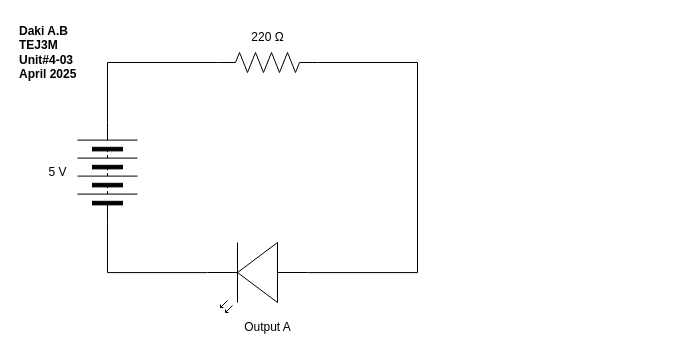
The draw.io diagram Unit-4-03.drawio in daki-atahwalp-antango-boad/TEJ3M-Unit-4, before the edit. Source tidied: cells renumbered, new cells numbered last; positions are measured from the earlier drawing's top-left corner, leaving out a move shared by most shapes. Both pictures are drawn from the tidied source at 100%, with x=0, y=0 at pixel (17, 17).
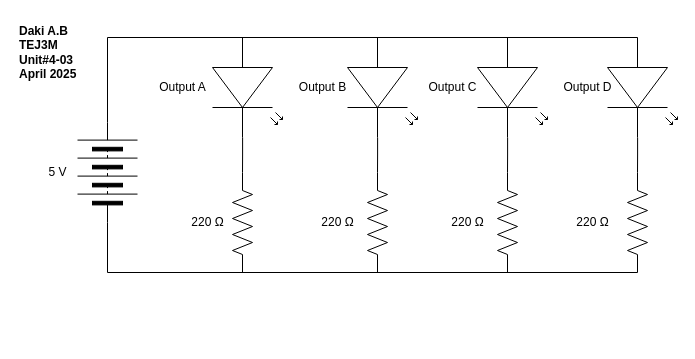
The same diagram, later.

Commit message (it also covers changes not shown here):
several LEDs png

The change refers to these unchanged cells:
```xml
<mxCell id="3" style="verticalLabelPosition=bottom;shadow=0;dashed=0;align=center;html=1;verticalAlign=top;shape=mxgraph.electrical.miscellaneous.batteryStack;rotation=-90;" parent="1" vertex="1">
  <mxGeometry x="40" y="125" width="100" height="60" as="geometry" />
</mxCell>
```

Change to the diagram source:
```diff
@@
-    <mxCell id="2" style="verticalLabelPosition=bottom;shadow=0;dashed=0;align=center;html=1;verticalAlign=top;shape=mxgraph.electrical.resistors.resistor_2;" parent="1" vertex="1">
-      <mxGeometry x="200" y="35" width="100" height="20" as="geometry" />
-    </mxCell>
@@
-    <mxCell id="4" style="verticalLabelPosition=bottom;shadow=0;dashed=0;align=center;html=1;verticalAlign=top;shape=mxgraph.electrical.opto_electronics.led_2;rotation=-180;fontStyle=1;" parent="1" vertex="1">
-      <mxGeometry x="190" y="225" width="100" height="70" as="geometry" />
-    </mxCell>
-    <mxCell id="5" style="edgeStyle=orthogonalEdgeStyle;html=1;exitX=1;exitY=0.5;exitDx=0;exitDy=0;entryX=0;entryY=0.5;entryDx=0;entryDy=0;entryPerimeter=0;rounded=0;endArrow=none;endFill=0;" parent="1" edge="1" source="3" target="2">
-      <mxGeometry relative="1" as="geometry" />
-    </mxCell>
-    <mxCell id="6" style="edgeStyle=orthogonalEdgeStyle;html=1;exitX=0;exitY=0.5;exitDx=0;exitDy=0;entryX=1;entryY=0.57;entryDx=0;entryDy=0;entryPerimeter=0;rounded=0;endArrow=none;endFill=0;" parent="1" edge="1" source="3" target="4">
-      <mxGeometry relative="1" as="geometry" />
-    </mxCell>
-    <mxCell id="7" style="edgeStyle=orthogonalEdgeStyle;html=1;exitX=1;exitY=0.5;exitDx=0;exitDy=0;exitPerimeter=0;entryX=0;entryY=0.57;entryDx=0;entryDy=0;entryPerimeter=0;rounded=0;endArrow=none;endFill=0;" parent="1" edge="1" source="2" target="4">
-      <mxGeometry relative="1" as="geometry">
-        <Array as="points">
-          <mxPoint x="400" y="45" />
-          <mxPoint x="400" y="255" />
-        </Array>
-      </mxGeometry>
-    </mxCell>
@@
     <mxCell id="9" value="220 Ω" style="text;html=1;align=center;verticalAlign=middle;strokeColor=none;fillColor=none;" parent="1" vertex="1">
-      <mxGeometry x="220" y="5" width="60" height="30" as="geometry" />
+      <mxGeometry x="545" y="190" width="60" height="30" as="geometry" />
     </mxCell>
+    <mxCell id="11" value="&lt;b&gt;Daki A.B&lt;/b&gt;&lt;div&gt;&lt;b&gt;TEJ3M&lt;/b&gt;&lt;/div&gt;&lt;div&gt;&lt;b&gt;Unit#4-03&lt;/b&gt;&lt;/div&gt;&lt;div&gt;&lt;b&gt;April 2025&lt;/b&gt;&lt;/div&gt;" style="text;html=1;align=left;verticalAlign=middle;strokeColor=none;fillColor=none;" parent="1" vertex="1">
+      <mxGeometry width="80" height="70" as="geometry" />
+    </mxCell>
+    <mxCell id="12" style="verticalLabelPosition=bottom;shadow=0;dashed=0;align=center;html=1;verticalAlign=top;shape=mxgraph.electrical.resistors.resistor_2;rotation=90;" parent="1" vertex="1">
+      <mxGeometry x="175" y="195" width="100" height="20" as="geometry" />
+    </mxCell>
+    <mxCell id="13" style="verticalLabelPosition=bottom;shadow=0;dashed=0;align=center;html=1;verticalAlign=top;shape=mxgraph.electrical.opto_electronics.led_2;rotation=90;fontStyle=1;" parent="1" vertex="1">
+      <mxGeometry x="180" y="35" width="100" height="70" as="geometry" />
+    </mxCell>
+    <mxCell id="14" style="edgeStyle=orthogonalEdgeStyle;html=1;exitX=1;exitY=0.57;exitDx=0;exitDy=0;exitPerimeter=0;entryX=0;entryY=0.5;entryDx=0;entryDy=0;entryPerimeter=0;rounded=0;endArrow=none;endFill=0;" parent="1" edge="1" source="13" target="12">
+      <mxGeometry relative="1" as="geometry" />
+    </mxCell>
+    <mxCell id="15" style="verticalLabelPosition=bottom;shadow=0;dashed=0;align=center;html=1;verticalAlign=top;shape=mxgraph.electrical.resistors.resistor_2;rotation=90;" parent="1" vertex="1">
+      <mxGeometry x="310" y="195" width="100" height="20" as="geometry" />
+    </mxCell>
+    <mxCell id="16" style="verticalLabelPosition=bottom;shadow=0;dashed=0;align=center;html=1;verticalAlign=top;shape=mxgraph.electrical.opto_electronics.led_2;rotation=90;fontStyle=1;" parent="1" vertex="1">
+      <mxGeometry x="315" y="35" width="100" height="70" as="geometry" />
+    </mxCell>
+    <mxCell id="17" style="edgeStyle=orthogonalEdgeStyle;html=1;exitX=1;exitY=0.57;exitDx=0;exitDy=0;exitPerimeter=0;entryX=0;entryY=0.5;entryDx=0;entryDy=0;entryPerimeter=0;rounded=0;endArrow=none;endFill=0;" parent="1" edge="1" source="16" target="15">
+      <mxGeometry relative="1" as="geometry" />
+    </mxCell>
+    <mxCell id="18" style="verticalLabelPosition=bottom;shadow=0;dashed=0;align=center;html=1;verticalAlign=top;shape=mxgraph.electrical.resistors.resistor_2;rotation=90;" parent="1" vertex="1">
+      <mxGeometry x="440" y="195" width="100" height="20" as="geometry" />
+    </mxCell>
+    <mxCell id="19" style="verticalLabelPosition=bottom;shadow=0;dashed=0;align=center;html=1;verticalAlign=top;shape=mxgraph.electrical.opto_electronics.led_2;rotation=90;fontStyle=1;" parent="1" vertex="1">
+      <mxGeometry x="445" y="35" width="100" height="70" as="geometry" />
+    </mxCell>
+    <mxCell id="20" style="edgeStyle=orthogonalEdgeStyle;html=1;exitX=1;exitY=0.57;exitDx=0;exitDy=0;exitPerimeter=0;entryX=0;entryY=0.5;entryDx=0;entryDy=0;entryPerimeter=0;rounded=0;endArrow=none;endFill=0;" parent="1" edge="1" source="19" target="18">
+      <mxGeometry relative="1" as="geometry" />
+    </mxCell>
+    <mxCell id="21" style="verticalLabelPosition=bottom;shadow=0;dashed=0;align=center;html=1;verticalAlign=top;shape=mxgraph.electrical.resistors.resistor_2;rotation=90;" parent="1" vertex="1">
+      <mxGeometry x="570" y="195" width="100" height="20" as="geometry" />
+    </mxCell>
+    <mxCell id="22" style="verticalLabelPosition=bottom;shadow=0;dashed=0;align=center;html=1;verticalAlign=top;shape=mxgraph.electrical.opto_electronics.led_2;rotation=90;fontStyle=1;" parent="1" vertex="1">
+      <mxGeometry x="575" y="35" width="100" height="70" as="geometry" />
+    </mxCell>
+    <mxCell id="23" style="edgeStyle=orthogonalEdgeStyle;html=1;exitX=1;exitY=0.57;exitDx=0;exitDy=0;exitPerimeter=0;entryX=0;entryY=0.5;entryDx=0;entryDy=0;entryPerimeter=0;rounded=0;endArrow=none;endFill=0;" parent="1" edge="1" source="22" target="21">
+      <mxGeometry relative="1" as="geometry" />
+    </mxCell>
+    <mxCell id="24" style="edgeStyle=orthogonalEdgeStyle;html=1;exitX=1;exitY=0.5;exitDx=0;exitDy=0;entryX=0;entryY=0.57;entryDx=0;entryDy=0;entryPerimeter=0;rounded=0;endArrow=none;endFill=0;" parent="1" edge="1" source="3" target="22">
+      <mxGeometry relative="1" as="geometry">
+        <Array as="points">
+          <mxPoint x="90" y="20" />
+        </Array>
+      </mxGeometry>
+    </mxCell>
+    <mxCell id="25" style="edgeStyle=orthogonalEdgeStyle;html=1;exitX=0;exitY=0.5;exitDx=0;exitDy=0;entryX=1;entryY=0.5;entryDx=0;entryDy=0;entryPerimeter=0;rounded=0;curved=0;endArrow=none;endFill=0;" parent="1" edge="1" source="3" target="21">
+      <mxGeometry relative="1" as="geometry">
+        <Array as="points">
+          <mxPoint x="90" y="255" />
+        </Array>
+      </mxGeometry>
+    </mxCell>
+    <mxCell id="26" value="220 Ω" style="text;html=1;align=center;verticalAlign=middle;strokeColor=none;fillColor=none;" parent="1" vertex="1">
+      <mxGeometry x="420" y="190" width="60" height="30" as="geometry" />
+    </mxCell>
+    <mxCell id="27" value="220 Ω" style="text;html=1;align=center;verticalAlign=middle;strokeColor=none;fillColor=none;" parent="1" vertex="1">
+      <mxGeometry x="290" y="190" width="60" height="30" as="geometry" />
+    </mxCell>
+    <mxCell id="28" value="220 Ω" style="text;html=1;align=center;verticalAlign=middle;strokeColor=none;fillColor=none;" parent="1" vertex="1">
+      <mxGeometry x="160" y="190" width="60" height="30" as="geometry" />
+    </mxCell>
     <mxCell id="10" value="Output A" style="text;html=1;align=center;verticalAlign=middle;strokeColor=none;fillColor=none;" parent="1" vertex="1">
-      <mxGeometry x="215" y="295" width="70" height="30" as="geometry" />
+      <mxGeometry x="130" y="55" width="70" height="30" as="geometry" />
     </mxCell>
-    <mxCell id="11" value="&lt;b&gt;Daki A.B&lt;/b&gt;&lt;div&gt;&lt;b&gt;TEJ3M&lt;/b&gt;&lt;/div&gt;&lt;div&gt;&lt;b&gt;Unit#4-03&lt;/b&gt;&lt;/div&gt;&lt;div&gt;&lt;b&gt;April 2025&lt;/b&gt;&lt;/div&gt;" style="text;html=1;align=left;verticalAlign=middle;strokeColor=none;fillColor=none;" parent="1" vertex="1">
-      <mxGeometry width="80" height="70" as="geometry" />
-    </mxCell>
+    <mxCell id="29" value="Output B" style="text;html=1;align=center;verticalAlign=middle;strokeColor=none;fillColor=none;" parent="1" vertex="1">
+      <mxGeometry x="270" y="55" width="70" height="30" as="geometry" />
+    </mxCell>
+    <mxCell id="30" value="Output C" style="text;html=1;align=center;verticalAlign=middle;strokeColor=none;fillColor=none;" parent="1" vertex="1">
+      <mxGeometry x="400" y="55" width="70" height="30" as="geometry" />
+    </mxCell>
+    <mxCell id="31" value="Output D" style="text;html=1;align=center;verticalAlign=middle;strokeColor=none;fillColor=none;" parent="1" vertex="1">
+      <mxGeometry x="535" y="55" width="70" height="30" as="geometry" />
+    </mxCell>
```
